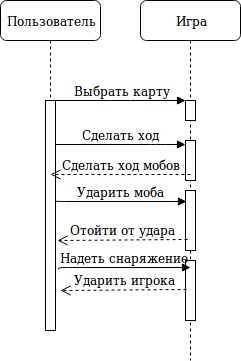
Above: hw06/SequenceDiagram.png in RamSaw/SoftwareDesign (draw.io), before the change. Source tidied: cells renumbered, new cells last; positions are measured from the earlier drawing's top-left corner, leaving out a move shared by most shapes. Its diagram source:
```xml
<mxGraphModel background="#ffffff">
  <root>
    <mxCell id="0" />
    <mxCell id="1" parent="0" />
    <mxCell id="2" value="Игра" style="shape=umlLifeline;perimeter=lifelinePerimeter;whiteSpace=wrap;html=1;rounded=1;shadow=0;comic=0;labelBackgroundColor=none;strokeColor=#000000;strokeWidth=1;fillColor=#FFFFFF;fontFamily=Verdana;fontSize=12;fontColor=#000000;align=center;" parent="1" vertex="1">
      <mxGeometry x="140" width="100" height="360" as="geometry" />
    </mxCell>
    <mxCell id="3" style="html=1;points=[];perimeter=orthogonalPerimeter;rounded=0;shadow=0;comic=0;labelBackgroundColor=none;strokeColor=#000000;strokeWidth=1;fillColor=#FFFFFF;fontFamily=Verdana;fontSize=12;fontColor=#000000;align=center;" parent="2" vertex="1">
      <mxGeometry x="45" y="100" width="10" height="20" as="geometry" />
    </mxCell>
    <mxCell id="4" style="html=1;points=[];perimeter=orthogonalPerimeter;rounded=0;shadow=0;comic=0;labelBackgroundColor=none;strokeColor=#000000;strokeWidth=1;fillColor=#FFFFFF;fontFamily=Verdana;fontSize=12;fontColor=#000000;align=center;" parent="2" vertex="1">
      <mxGeometry x="45" y="140" width="10" height="40" as="geometry" />
    </mxCell>
    <mxCell id="5" style="html=1;points=[];perimeter=orthogonalPerimeter;rounded=0;shadow=0;comic=0;labelBackgroundColor=none;strokeColor=#000000;strokeWidth=1;fillColor=#FFFFFF;fontFamily=Verdana;fontSize=12;fontColor=#000000;align=center;" parent="2" vertex="1">
      <mxGeometry x="45" y="190" width="10" height="60" as="geometry" />
    </mxCell>
    <mxCell id="6" style="html=1;points=[];perimeter=orthogonalPerimeter;rounded=0;shadow=0;comic=0;labelBackgroundColor=none;strokeColor=#000000;strokeWidth=1;fillColor=#FFFFFF;fontFamily=Verdana;fontSize=12;fontColor=#000000;align=center;" parent="2" vertex="1">
      <mxGeometry x="45" y="260" width="10" height="60" as="geometry" />
    </mxCell>
    <mxCell id="7" value="Пользователь" style="shape=umlLifeline;perimeter=lifelinePerimeter;whiteSpace=wrap;html=1;rounded=1;shadow=0;comic=0;labelBackgroundColor=none;strokeColor=#000000;strokeWidth=1;fillColor=#FFFFFF;fontFamily=Verdana;fontSize=12;fontColor=#000000;align=center;" parent="1" vertex="1">
      <mxGeometry width="100" height="330" as="geometry" />
    </mxCell>
    <mxCell id="8" style="html=1;points=[];perimeter=orthogonalPerimeter;rounded=0;shadow=0;comic=0;labelBackgroundColor=none;strokeColor=#000000;strokeWidth=1;fillColor=#FFFFFF;fontFamily=Verdana;fontSize=12;fontColor=#000000;align=center;" parent="7" vertex="1">
      <mxGeometry x="45" y="100" width="10" height="230" as="geometry" />
    </mxCell>
    <mxCell id="9" value="Выбрать карту" style="html=1;verticalAlign=bottom;endArrow=block;entryX=0;entryY=0;labelBackgroundColor=none;fontFamily=Verdana;fontSize=12;edgeStyle=elbowEdgeStyle;elbow=vertical;" parent="1" edge="1" source="8" target="3">
      <mxGeometry relative="1" as="geometry" />
    </mxCell>
    <mxCell id="10" value="Сделать ход мобов" style="html=1;verticalAlign=bottom;endArrow=open;dashed=1;endSize=8;labelBackgroundColor=none;fontFamily=Verdana;fontSize=12;exitX=0.5;exitY=0.85;exitDx=0;exitDy=0;exitPerimeter=0;" parent="1" edge="1" source="4">
      <mxGeometry relative="1" as="geometry">
        <mxPoint x="50" y="174" as="targetPoint" />
      </mxGeometry>
    </mxCell>
    <mxCell id="11" value="Ударить моба" style="html=1;verticalAlign=bottom;endArrow=block;labelBackgroundColor=none;fontFamily=Verdana;fontSize=12;edgeStyle=elbowEdgeStyle;elbow=vertical;entryX=0.1;entryY=0.183;entryDx=0;entryDy=0;entryPerimeter=0;" parent="1" edge="1" target="5">
      <mxGeometry relative="1" as="geometry">
        <mxPoint x="55" y="200" as="sourcePoint" />
      </mxGeometry>
    </mxCell>
    <mxCell id="12" value="Отойти от удара" style="html=1;verticalAlign=bottom;endArrow=open;dashed=1;endSize=8;labelBackgroundColor=none;fontFamily=Verdana;fontSize=12;entryX=1.2;entryY=0.609;entryDx=0;entryDy=0;entryPerimeter=0;exitX=0.2;exitY=0.817;exitDx=0;exitDy=0;exitPerimeter=0;" parent="1" edge="1" source="5" target="8">
      <mxGeometry relative="1" as="geometry" />
    </mxCell>
    <mxCell id="13" value="Сделать ход" style="html=1;verticalAlign=bottom;endArrow=block;labelBackgroundColor=none;fontFamily=Verdana;fontSize=12;edgeStyle=elbowEdgeStyle;elbow=vertical;" parent="1" edge="1" target="4">
      <mxGeometry relative="1" as="geometry">
        <mxPoint x="55" y="144" as="sourcePoint" />
        <Array as="points">
          <mxPoint x="160" y="144" />
        </Array>
      </mxGeometry>
    </mxCell>
    <mxCell id="14" value="Надеть снаряжение" style="html=1;verticalAlign=bottom;endArrow=block;labelBackgroundColor=none;fontFamily=Verdana;fontSize=12;edgeStyle=elbowEdgeStyle;elbow=vertical;exitX=1.3;exitY=0.735;exitDx=0;exitDy=0;exitPerimeter=0;" parent="1" edge="1" source="8">
      <mxGeometry relative="1" as="geometry">
        <mxPoint x="190" y="267" as="targetPoint" />
        <Array as="points">
          <mxPoint x="130" y="267" />
        </Array>
      </mxGeometry>
    </mxCell>
    <mxCell id="15" value="Ударить игрока" style="html=1;verticalAlign=bottom;endArrow=open;dashed=1;endSize=8;labelBackgroundColor=none;fontFamily=Verdana;fontSize=12;entryX=1.5;entryY=0.826;entryDx=0;entryDy=0;entryPerimeter=0;exitX=0.1;exitY=0.483;exitDx=0;exitDy=0;exitPerimeter=0;" parent="1" edge="1" source="6" target="8">
      <mxGeometry relative="1" as="geometry" />
    </mxCell>
  </root>
</mxGraphModel>
```
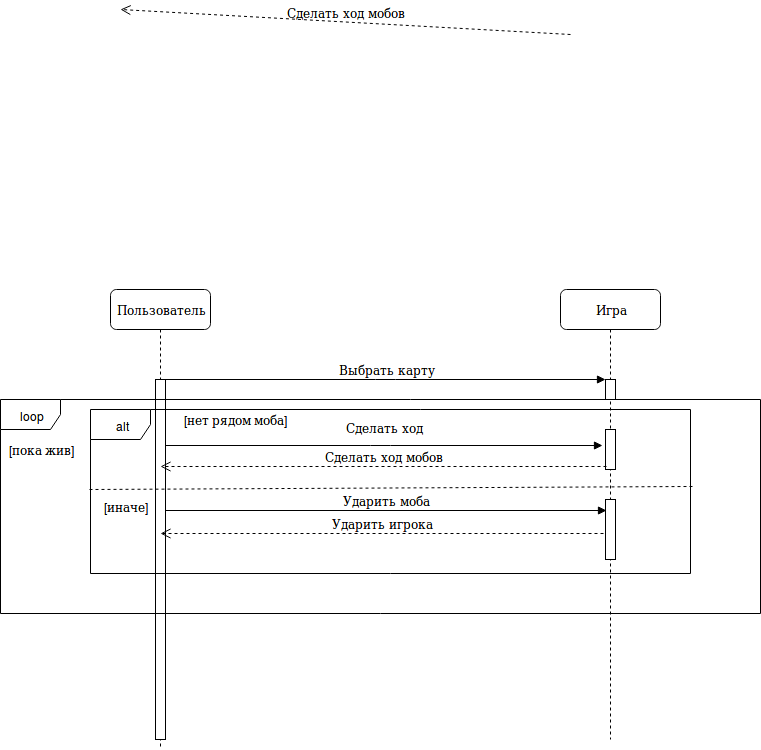
After the change.

What changed in the source:
```diff
@@ -3,60 +3,69 @@
     <mxCell id="0" />
     <mxCell id="1" parent="0" />
     <mxCell id="2" value="Игра" style="shape=umlLifeline;perimeter=lifelinePerimeter;whiteSpace=wrap;html=1;rounded=1;shadow=0;comic=0;labelBackgroundColor=none;strokeColor=#000000;strokeWidth=1;fillColor=#FFFFFF;fontFamily=Verdana;fontSize=12;fontColor=#000000;align=center;" parent="1" vertex="1">
-      <mxGeometry x="140" width="100" height="360" as="geometry" />
+      <mxGeometry x="450" width="100" height="450" as="geometry" />
     </mxCell>
     <mxCell id="3" style="html=1;points=[];perimeter=orthogonalPerimeter;rounded=0;shadow=0;comic=0;labelBackgroundColor=none;strokeColor=#000000;strokeWidth=1;fillColor=#FFFFFF;fontFamily=Verdana;fontSize=12;fontColor=#000000;align=center;" parent="2" vertex="1">
-      <mxGeometry x="45" y="100" width="10" height="20" as="geometry" />
+      <mxGeometry x="45" y="90" width="10" height="20" as="geometry" />
     </mxCell>
     <mxCell id="4" style="html=1;points=[];perimeter=orthogonalPerimeter;rounded=0;shadow=0;comic=0;labelBackgroundColor=none;strokeColor=#000000;strokeWidth=1;fillColor=#FFFFFF;fontFamily=Verdana;fontSize=12;fontColor=#000000;align=center;" parent="2" vertex="1">
       <mxGeometry x="45" y="140" width="10" height="40" as="geometry" />
     </mxCell>
     <mxCell id="5" style="html=1;points=[];perimeter=orthogonalPerimeter;rounded=0;shadow=0;comic=0;labelBackgroundColor=none;strokeColor=#000000;strokeWidth=1;fillColor=#FFFFFF;fontFamily=Verdana;fontSize=12;fontColor=#000000;align=center;" parent="2" vertex="1">
-      <mxGeometry x="45" y="190" width="10" height="60" as="geometry" />
+      <mxGeometry x="45" y="210" width="10" height="60" as="geometry" />
     </mxCell>
-    <mxCell id="6" style="html=1;points=[];perimeter=orthogonalPerimeter;rounded=0;shadow=0;comic=0;labelBackgroundColor=none;strokeColor=#000000;strokeWidth=1;fillColor=#FFFFFF;fontFamily=Verdana;fontSize=12;fontColor=#000000;align=center;" parent="2" vertex="1">
-      <mxGeometry x="45" y="260" width="10" height="60" as="geometry" />
-    </mxCell>
     <mxCell id="7" value="Пользователь" style="shape=umlLifeline;perimeter=lifelinePerimeter;whiteSpace=wrap;html=1;rounded=1;shadow=0;comic=0;labelBackgroundColor=none;strokeColor=#000000;strokeWidth=1;fillColor=#FFFFFF;fontFamily=Verdana;fontSize=12;fontColor=#000000;align=center;" parent="1" vertex="1">
-      <mxGeometry width="100" height="330" as="geometry" />
+      <mxGeometry width="100" height="460" as="geometry" />
     </mxCell>
     <mxCell id="8" style="html=1;points=[];perimeter=orthogonalPerimeter;rounded=0;shadow=0;comic=0;labelBackgroundColor=none;strokeColor=#000000;strokeWidth=1;fillColor=#FFFFFF;fontFamily=Verdana;fontSize=12;fontColor=#000000;align=center;" parent="7" vertex="1">
-      <mxGeometry x="45" y="100" width="10" height="230" as="geometry" />
+      <mxGeometry x="45" y="90" width="10" height="360" as="geometry" />
     </mxCell>
     <mxCell id="9" value="Выбрать карту" style="html=1;verticalAlign=bottom;endArrow=block;entryX=0;entryY=0;labelBackgroundColor=none;fontFamily=Verdana;fontSize=12;edgeStyle=elbowEdgeStyle;elbow=vertical;" parent="1" edge="1" source="8" target="3">
       <mxGeometry relative="1" as="geometry" />
     </mxCell>
-    <mxCell id="10" value="Сделать ход мобов" style="html=1;verticalAlign=bottom;endArrow=open;dashed=1;endSize=8;labelBackgroundColor=none;fontFamily=Verdana;fontSize=12;exitX=0.5;exitY=0.85;exitDx=0;exitDy=0;exitPerimeter=0;" parent="1" edge="1" source="4">
+    <mxCell id="10" value="Сделать ход мобов" style="html=1;verticalAlign=bottom;endArrow=open;dashed=1;endSize=8;labelBackgroundColor=none;fontFamily=Verdana;fontSize=12;exitX=0.5;exitY=0.85;exitDx=0;exitDy=0;exitPerimeter=0;" parent="1" edge="1">
       <mxGeometry relative="1" as="geometry">
-        <mxPoint x="50" y="174" as="targetPoint" />
+        <mxPoint x="460" y="-255" as="sourcePoint" />
+        <mxPoint x="10" y="-280" as="targetPoint" />
       </mxGeometry>
     </mxCell>
-    <mxCell id="11" value="Ударить моба" style="html=1;verticalAlign=bottom;endArrow=block;labelBackgroundColor=none;fontFamily=Verdana;fontSize=12;edgeStyle=elbowEdgeStyle;elbow=vertical;entryX=0.1;entryY=0.183;entryDx=0;entryDy=0;entryPerimeter=0;" parent="1" edge="1" target="5">
-      <mxGeometry relative="1" as="geometry">
-        <mxPoint x="55" y="200" as="sourcePoint" />
-      </mxGeometry>
+    <mxCell id="11" value="Ударить моба" style="html=1;verticalAlign=bottom;endArrow=block;labelBackgroundColor=none;fontFamily=Verdana;fontSize=12;edgeStyle=elbowEdgeStyle;elbow=vertical;entryX=0.1;entryY=0.183;entryDx=0;entryDy=0;entryPerimeter=0;" parent="1" edge="1" source="8" target="5">
+      <mxGeometry relative="1" as="geometry" />
     </mxCell>
-    <mxCell id="12" value="Отойти от удара" style="html=1;verticalAlign=bottom;endArrow=open;dashed=1;endSize=8;labelBackgroundColor=none;fontFamily=Verdana;fontSize=12;entryX=1.2;entryY=0.609;entryDx=0;entryDy=0;entryPerimeter=0;exitX=0.2;exitY=0.817;exitDx=0;exitDy=0;exitPerimeter=0;" parent="1" edge="1" source="5" target="8">
-      <mxGeometry relative="1" as="geometry" />
-    </mxCell>
-    <mxCell id="13" value="Сделать ход" style="html=1;verticalAlign=bottom;endArrow=block;labelBackgroundColor=none;fontFamily=Verdana;fontSize=12;edgeStyle=elbowEdgeStyle;elbow=vertical;" parent="1" edge="1" target="4">
-      <mxGeometry relative="1" as="geometry">
-        <mxPoint x="55" y="144" as="sourcePoint" />
+    <mxCell id="13" value="Сделать ход" style="html=1;verticalAlign=bottom;endArrow=block;labelBackgroundColor=none;fontFamily=Verdana;fontSize=12;edgeStyle=elbowEdgeStyle;elbow=vertical;entryX=-0.3;entryY=0.4;entryDx=0;entryDy=0;entryPerimeter=0;" parent="1" edge="1" target="4">
+      <mxGeometry y="8" relative="1" as="geometry">
+        <mxPoint x="55" y="156" as="sourcePoint" />
         <Array as="points">
-          <mxPoint x="160" y="144" />
+          <mxPoint x="270" y="156" />
         </Array>
       </mxGeometry>
     </mxCell>
-    <mxCell id="14" value="Надеть снаряжение" style="html=1;verticalAlign=bottom;endArrow=block;labelBackgroundColor=none;fontFamily=Verdana;fontSize=12;edgeStyle=elbowEdgeStyle;elbow=vertical;exitX=1.3;exitY=0.735;exitDx=0;exitDy=0;exitPerimeter=0;" parent="1" edge="1" source="8">
-      <mxGeometry relative="1" as="geometry">
-        <mxPoint x="190" y="267" as="targetPoint" />
-        <Array as="points">
-          <mxPoint x="130" y="267" />
-        </Array>
-      </mxGeometry>
-    </mxCell>
-    <mxCell id="15" value="Ударить игрока" style="html=1;verticalAlign=bottom;endArrow=open;dashed=1;endSize=8;labelBackgroundColor=none;fontFamily=Verdana;fontSize=12;entryX=1.5;entryY=0.826;entryDx=0;entryDy=0;entryPerimeter=0;exitX=0.1;exitY=0.483;exitDx=0;exitDy=0;exitPerimeter=0;" parent="1" edge="1" source="6" target="8">
+    <mxCell id="15" value="Ударить игрока" style="html=1;verticalAlign=bottom;endArrow=open;dashed=1;endSize=8;labelBackgroundColor=none;fontFamily=Verdana;fontSize=12;entryX=0.5;entryY=0.428;entryDx=0;entryDy=0;entryPerimeter=0;exitX=-0.2;exitY=0.567;exitDx=0;exitDy=0;exitPerimeter=0;" parent="1" edge="1" source="5" target="8">
       <mxGeometry relative="1" as="geometry" />
     </mxCell>
+    <mxCell id="16" value="loop" style="shape=umlFrame;whiteSpace=wrap;html=1;" parent="1" vertex="1">
+      <mxGeometry x="-110" y="110" width="760" height="214" as="geometry" />
+    </mxCell>
+    <mxCell id="17" value="[пока жив]" style="text;html=1;strokeColor=none;fillColor=none;align=center;verticalAlign=middle;whiteSpace=wrap;rounded=0;" parent="1" vertex="1">
+      <mxGeometry x="-110" y="150" width="80" height="20" as="geometry" />
+    </mxCell>
+    <mxCell id="18" value="alt" style="shape=umlFrame;whiteSpace=wrap;html=1;" parent="1" vertex="1">
+      <mxGeometry x="-20" y="120" width="600" height="164" as="geometry" />
+    </mxCell>
+    <mxCell id="19" value="[нет рядом моба]" style="text;html=1;strokeColor=none;fillColor=none;align=center;verticalAlign=middle;whiteSpace=wrap;rounded=0;" parent="1" vertex="1">
+      <mxGeometry x="60" y="120" width="130" height="20" as="geometry" />
+    </mxCell>
+    <mxCell id="20" style="endArrow=none;dashed=1;html=1;entryX=1.004;entryY=0.47;entryDx=0;entryDy=0;entryPerimeter=0;exitX=-0.002;exitY=0.488;exitDx=0;exitDy=0;exitPerimeter=0;" parent="1" edge="1" source="18" target="18">
+      <mxGeometry relative="1" as="geometry" />
+    </mxCell>
+    <mxCell id="21" value="Сделать ход мобов" style="html=1;verticalAlign=bottom;endArrow=open;dashed=1;endSize=8;labelBackgroundColor=none;fontFamily=Verdana;fontSize=12;" parent="1" edge="1">
+      <mxGeometry relative="1" as="geometry">
+        <mxPoint x="496" y="177" as="sourcePoint" />
+        <mxPoint x="50" y="177" as="targetPoint" />
+      </mxGeometry>
+    </mxCell>
+    <mxCell id="22" value="[иначе]" style="text;html=1;strokeColor=none;fillColor=none;align=center;verticalAlign=middle;whiteSpace=wrap;rounded=0;" parent="1" vertex="1">
+      <mxGeometry x="-10" y="207" width="50" height="20" as="geometry" />
+    </mxCell>
   </root>
 </mxGraphModel>
```
